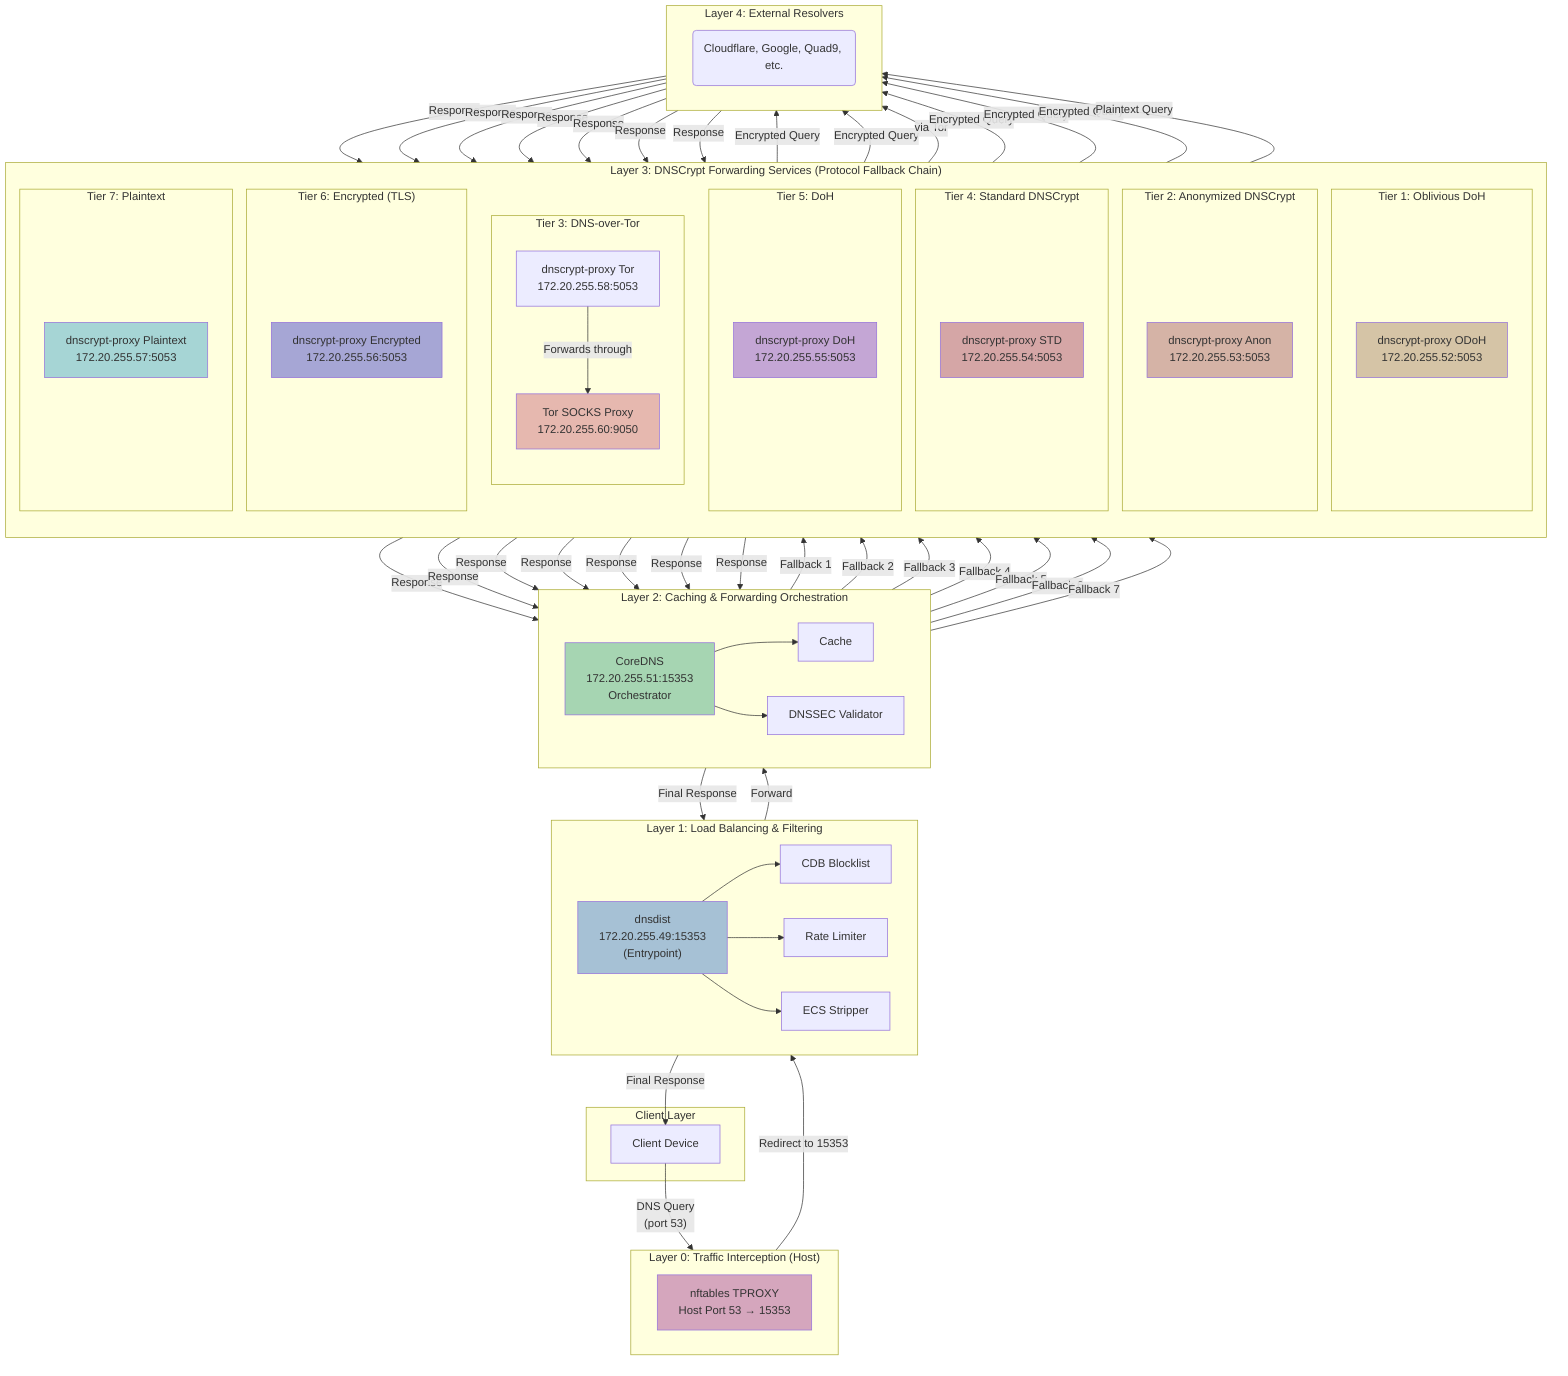
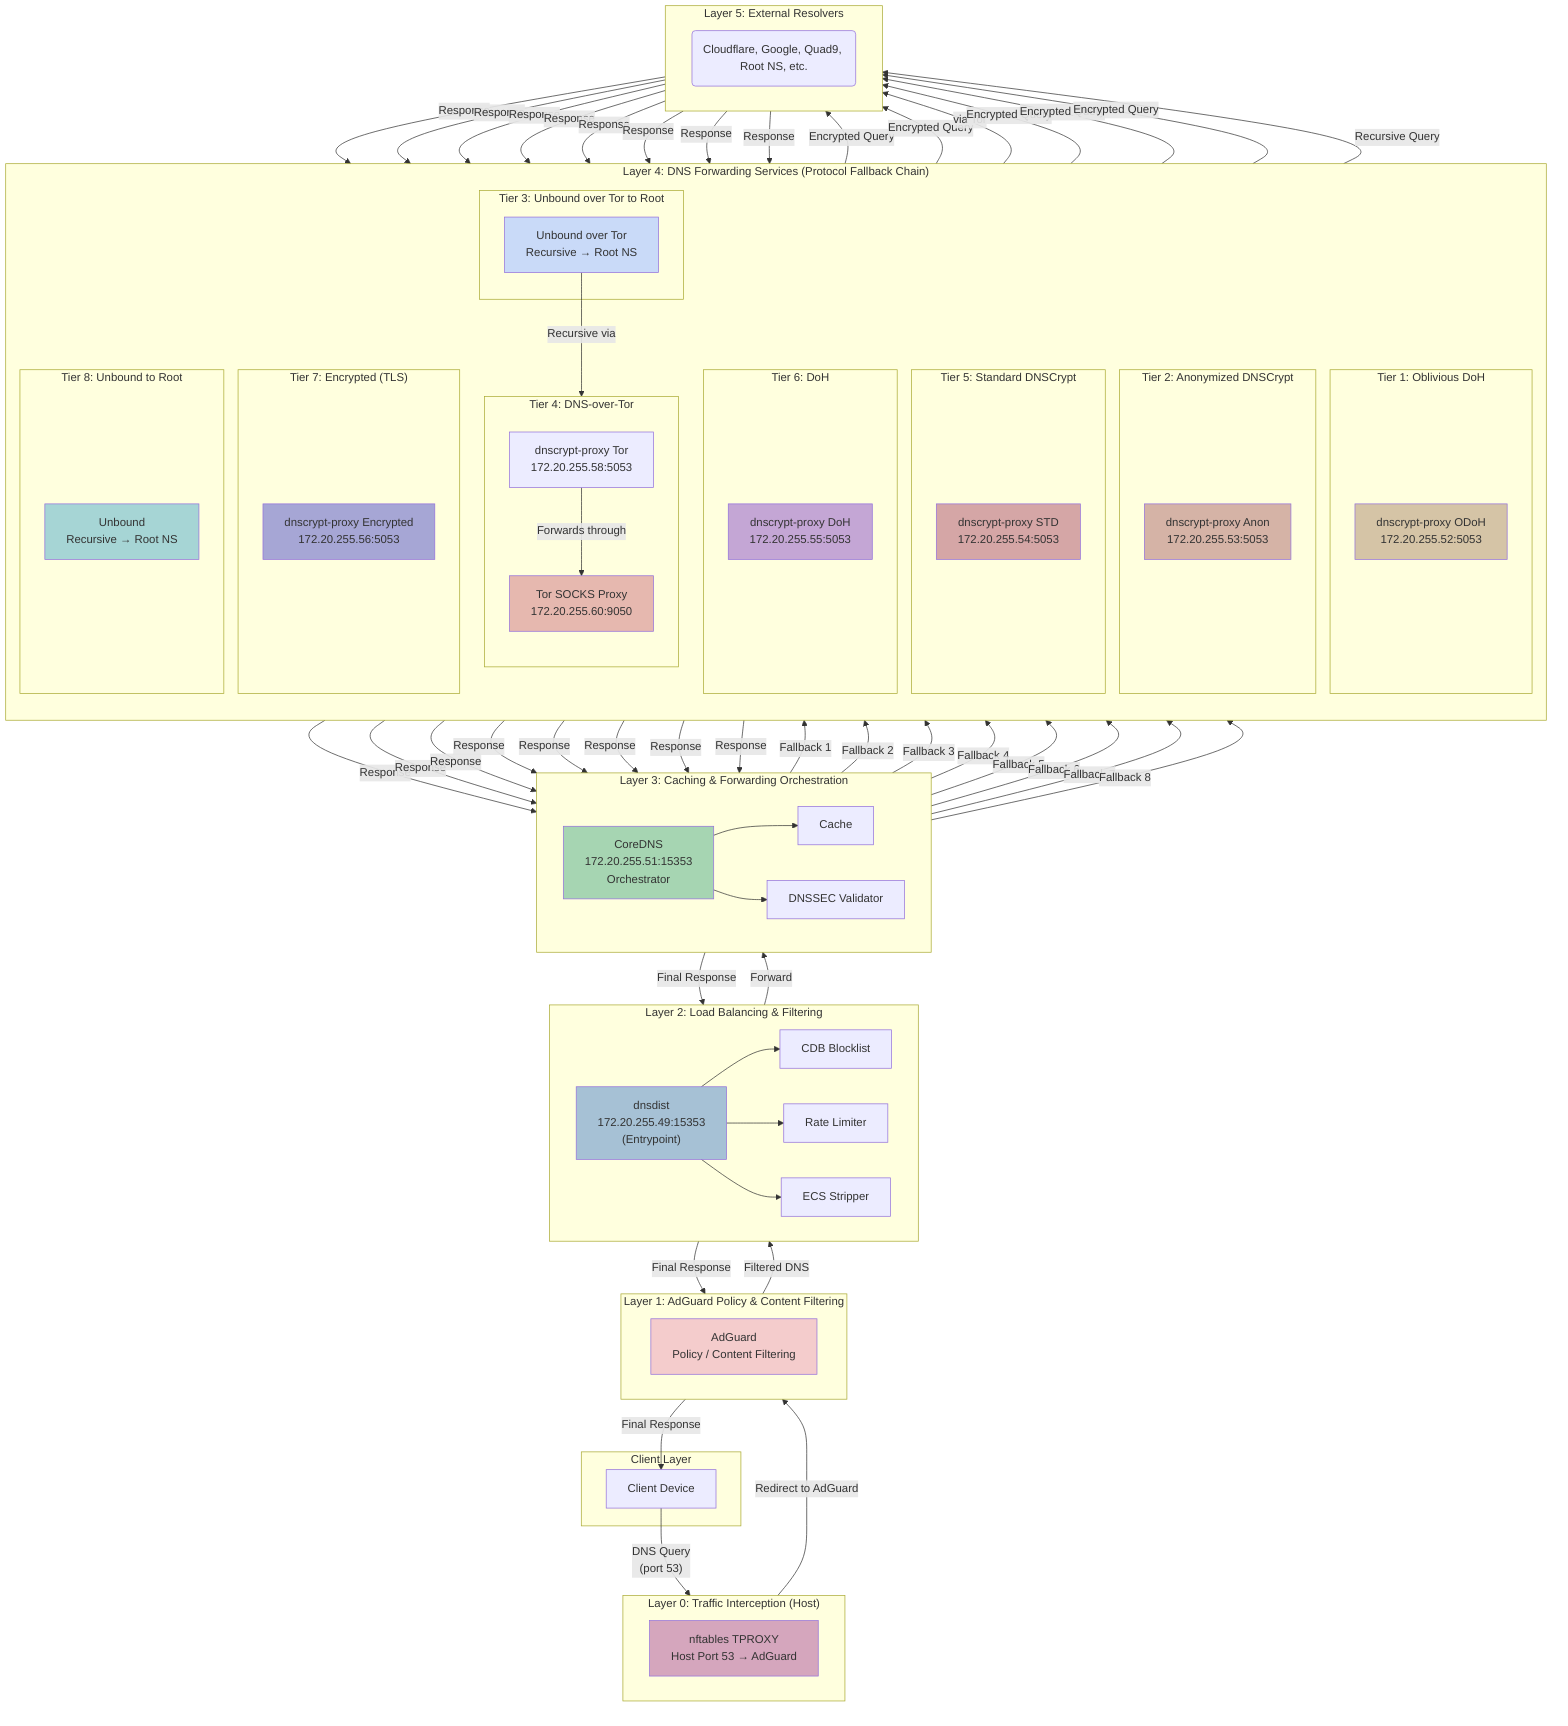
graph TD
    subgraph "Client Layer"
        Client[Client Device]
    end

    subgraph "Layer 0: Traffic Interception (Host)"
        direction LR
-         nftables[nftables TPROXY<br>Host Port 53 → 15353]
+         nftables[nftables TPROXY<br>Host Port 53 → AdGuard]
    end

-     subgraph "Layer 1: Load Balancing & Filtering"
+     subgraph "Layer 1: AdGuard Policy & Content Filtering"
+         direction LR
+         adguard["AdGuard<br>Policy / Content Filtering"]
+     end
+ 
+     subgraph "Layer 2: Load Balancing & Filtering"
        direction LR
        dnsdist["dnsdist<br>172.20.255.49:15353<br>(Entrypoint)"]
        dnsdist --> Blocklist[CDB Blocklist]
        dnsdist --> RateLimit[Rate Limiter]
        dnsdist --> ECSStrip[ECS Stripper]
    end

-     subgraph "Layer 2: Caching & Forwarding Orchestration"
+     subgraph "Layer 3: Caching & Forwarding Orchestration"
        direction LR
        coredns["CoreDNS<br>172.20.255.51:15353<br>Orchestrator"]
        coredns --> Cache[Cache]
        coredns --> DNSSEC[DNSSEC Validator]
    end

-     subgraph "Layer 3: DNSCrypt Forwarding Services (Protocol Fallback Chain)"
+     subgraph "Layer 4: DNS Forwarding Services (Protocol Fallback Chain)"
        direction TB
        subgraph "Tier 1: Oblivious DoH"
            dnscrypt_odoh["dnscrypt-proxy ODoH<br>172.20.255.52:5053"]
        end
        subgraph "Tier 2: Anonymized DNSCrypt"
            dnscrypt_anon["dnscrypt-proxy Anon<br>172.20.255.53:5053"]
        end
-         subgraph "Tier 3: DNS-over-Tor"
- 			direction TB
+         subgraph "Tier 3: Unbound over Tor to Root"
+             unbound_tor["Unbound over Tor<br>Recursive → Root NS"]
+         end
+         subgraph "Tier 4: DNS-over-Tor"
+             direction TB
            dnscrypt_tor["dnscrypt-proxy Tor<br>172.20.255.58:5053"]
            tor_proxy["Tor SOCKS Proxy<br>172.20.255.60:9050"]
            dnscrypt_tor -- "Forwards through" --> tor_proxy
+             unbound_tor -- "Recursive via" --> tor_proxy
        end
-         subgraph "Tier 4: Standard DNSCrypt"
+         subgraph "Tier 5: Standard DNSCrypt"
            dnscrypt_std["dnscrypt-proxy STD<br>172.20.255.54:5053"]
        end
-         subgraph "Tier 5: DoH"
+         subgraph "Tier 6: DoH"
            dnscrypt_doh["dnscrypt-proxy DoH<br>172.20.255.55:5053"]
        end
-         subgraph "Tier 6: Encrypted (TLS)"
+         subgraph "Tier 7: Encrypted (TLS)"
            dnscrypt_encrypted["dnscrypt-proxy Encrypted<br>172.20.255.56:5053"]
        end
-         subgraph "Tier 7: Plaintext"
-             dnscrypt_plaintext["dnscrypt-proxy Plaintext<br>172.20.255.57:5053"]
+         subgraph "Tier 8: Unbound to Root"
+             unbound_root["Unbound<br>Recursive → Root NS"]
        end
    end

-     subgraph "Layer 4: External Resolvers"
+     subgraph "Layer 5: External Resolvers"
        direction LR
-         Resolvers(Cloudflare, Google, Quad9, etc.)
+         Resolvers(Cloudflare, Google, Quad9, Root NS, etc.)
    end

    %% Connections
    Client -- "DNS Query<br>(port 53)" --> nftables
-     nftables -- "Redirect to 15353" --> dnsdist
+     nftables -- "Redirect to AdGuard" --> adguard
+     adguard -- "Filtered DNS" --> dnsdist
    dnsdist -- "Forward" --> coredns

    coredns -- "Fallback 1" --> dnscrypt_odoh
    coredns -- "Fallback 2" --> dnscrypt_anon
-     coredns -- "Fallback 3" --> dnscrypt_tor
-     coredns -- "Fallback 4" --> dnscrypt_std
-     coredns -- "Fallback 5" --> dnscrypt_doh
-     coredns -- "Fallback 6" --> dnscrypt_encrypted
-     coredns -- "Fallback 7" --> dnscrypt_plaintext
+     coredns -- "Fallback 3" --> unbound_tor
+     coredns -- "Fallback 4" --> dnscrypt_tor
+     coredns -- "Fallback 5" --> dnscrypt_std
+     coredns -- "Fallback 6" --> dnscrypt_doh
+     coredns -- "Fallback 7" --> dnscrypt_encrypted
+     coredns -- "Fallback 8" --> unbound_root

    dnscrypt_odoh -- "Encrypted Query" --> Resolvers
    dnscrypt_anon -- "Encrypted Query" --> Resolvers
    tor_proxy -- "via Tor" --> Resolvers
    dnscrypt_std -- "Encrypted Query" --> Resolvers
    dnscrypt_doh -- "Encrypted Query" --> Resolvers
    dnscrypt_encrypted -- "Encrypted Query" --> Resolvers
-     dnscrypt_plaintext -- "Plaintext Query" --> Resolvers
+     unbound_root -- "Recursive Query" --> Resolvers

    Resolvers -- "Response" --> dnscrypt_odoh
    Resolvers -- "Response" --> dnscrypt_anon
+     Resolvers -- "Response" --> unbound_tor
    Resolvers -- "Response" --> dnscrypt_tor
    Resolvers -- "Response" --> dnscrypt_std
    Resolvers -- "Response" --> dnscrypt_doh
    Resolvers -- "Response" --> dnscrypt_encrypted
-     Resolvers -- "Response" --> dnscrypt_plaintext
+     Resolvers -- "Response" --> unbound_root

    dnscrypt_odoh -- "Response" --> coredns
    dnscrypt_anon -- "Response" --> coredns
+     unbound_tor -- "Response" --> coredns
    dnscrypt_tor -- "Response" --> coredns
    dnscrypt_std -- "Response" --> coredns
    dnscrypt_doh -- "Response" --> coredns
    dnscrypt_encrypted -- "Response" --> coredns
-     dnscrypt_plaintext -- "Response" --> coredns
+     unbound_root -- "Response" --> coredns

    coredns -- "Final Response" --> dnsdist
-     dnsdist -- "Final Response" --> Client
+     dnsdist -- "Final Response" --> adguard
+ 	adguard -- "Final Response" --> Client

    %% Styling
    style nftables fill:#D5A6BD
    style dnsdist fill:#A6C1D5
    style coredns fill:#A6D5B2
    style dnscrypt_odoh fill:#D5C4A6
    style dnscrypt_anon fill:#D5B3A6
    style dnscrypt_std fill:#D5A6A6
    style dnscrypt_doh fill:#C4A6D5
    style dnscrypt_encrypted fill:#A6A6D5
-     style dnscrypt_plaintext fill:#A6D5D5
+     style unbound_root fill:#A6D5D5
    style tor_proxy fill:#E6B8AF
+     style adguard fill:#F4CCCC
+     style unbound_tor fill:#C9DAF8
